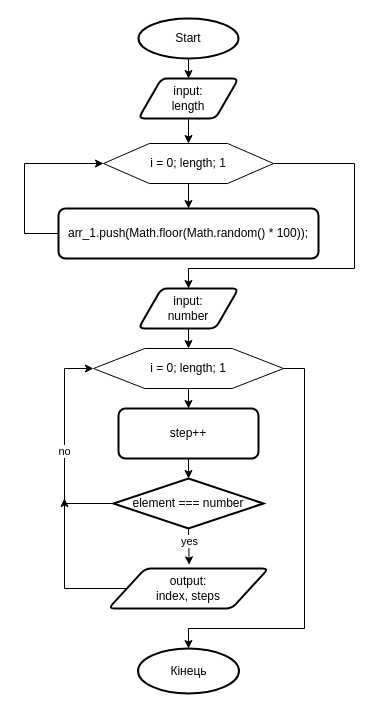
This is diagrams/algoritms/task7.drawio from Vlas1d/Algorithms, a draw.io file, before an edit. Source tidied: cells renumbered, new cells numbered last; positions are measured from the earlier drawing's top-left corner, leaving out a move shared by most shapes. Both pictures are drawn from the tidied source at 100%, with x=0, y=0 at pixel (24, 18).
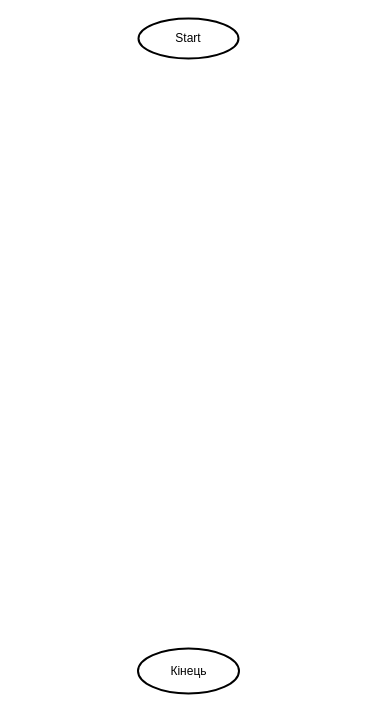
The same page after the edit.

Unchanged cells that the change refers to:
```xml
<mxCell id="2" value="Start" style="strokeWidth=2;html=1;shape=mxgraph.flowchart.start_1;whiteSpace=wrap;" parent="1" vertex="1">
  <mxGeometry x="114" width="100" height="40" as="geometry" />
</mxCell>
<mxCell id="20" value="Кінець" style="strokeWidth=2;html=1;shape=mxgraph.flowchart.start_2;whiteSpace=wrap;" parent="1" vertex="1">
  <mxGeometry x="113.5" y="630" width="101" height="45" as="geometry" />
</mxCell>
```

Diff of the diagram source:
```diff
@@
-    <mxCell id="3" value="input:&lt;br&gt;length" style="shape=parallelogram;html=1;strokeWidth=2;perimeter=parallelogramPerimeter;whiteSpace=wrap;rounded=1;arcSize=12;size=0.23;" parent="1" vertex="1">
-      <mxGeometry x="114" y="60" width="100" height="40" as="geometry" />
-    </mxCell>
-    <mxCell id="4" style="verticalLabelPosition=bottom;verticalAlign=top;html=1;shape=hexagon;perimeter=hexagonPerimeter2;arcSize=6;size=0.27;" parent="1" vertex="1">
-      <mxGeometry x="79" y="125" width="170" height="40" as="geometry" />
-    </mxCell>
-    <mxCell id="5" value="i = 0; length; 1" style="text;html=1;strokeColor=none;fillColor=none;align=center;verticalAlign=middle;whiteSpace=wrap;rounded=0;" parent="1" vertex="1">
-      <mxGeometry x="119" y="130" width="90" height="30" as="geometry" />
-    </mxCell>
-    <mxCell id="6" value="arr_1.push(Math.floor(Math.random() * 100));" style="rounded=1;whiteSpace=wrap;html=1;absoluteArcSize=1;arcSize=14;strokeWidth=2;" parent="1" vertex="1">
-      <mxGeometry x="34" y="190" width="260" height="50" as="geometry" />
-    </mxCell>
-    <mxCell id="7" style="endArrow=classic;html=1;rounded=0;" parent="1" edge="1" source="2" target="3">
-      <mxGeometry relative="1" as="geometry" />
-    </mxCell>
-    <mxCell id="8" style="endArrow=classic;html=1;rounded=0;entryX=0.5;entryY=0;entryDx=0;entryDy=0;" parent="1" edge="1" source="3" target="4">
-      <mxGeometry relative="1" as="geometry" />
-    </mxCell>
-    <mxCell id="9" style="endArrow=classic;html=1;rounded=0;exitX=0.5;exitY=1;exitDx=0;exitDy=0;entryX=0.5;entryY=0;entryDx=0;entryDy=0;" parent="1" edge="1" source="4" target="6">
-      <mxGeometry relative="1" as="geometry" />
-    </mxCell>
-    <mxCell id="10" style="endArrow=classic;html=1;rounded=0;exitX=0;exitY=0.5;exitDx=0;exitDy=0;entryX=0;entryY=0.5;entryDx=0;entryDy=0;" parent="1" edge="1" source="6" target="4">
-      <mxGeometry relative="1" as="geometry">
-        <Array as="points">
-          <mxPoint y="215" />
-          <mxPoint y="145" />
-        </Array>
-      </mxGeometry>
-    </mxCell>
-    <mxCell id="11" style="endArrow=classic;html=1;rounded=0;exitX=1;exitY=0.5;exitDx=0;exitDy=0;entryX=0.5;entryY=0;entryDx=0;entryDy=0;" parent="1" edge="1" source="4" target="12">
-      <mxGeometry relative="1" as="geometry">
-        <Array as="points">
-          <mxPoint x="330" y="145" />
-          <mxPoint x="330" y="250" />
-          <mxPoint x="164" y="250" />
-        </Array>
-      </mxGeometry>
-    </mxCell>
-    <mxCell id="12" value="input:&lt;br&gt;number" style="shape=parallelogram;html=1;strokeWidth=2;perimeter=parallelogramPerimeter;whiteSpace=wrap;rounded=1;arcSize=12;size=0.23;" parent="1" vertex="1">
-      <mxGeometry x="114" y="270" width="100" height="40" as="geometry" />
-    </mxCell>
-    <mxCell id="13" style="verticalLabelPosition=bottom;verticalAlign=top;html=1;shape=hexagon;perimeter=hexagonPerimeter2;arcSize=6;size=0.27;" parent="1" vertex="1">
-      <mxGeometry x="69" y="330" width="190" height="40" as="geometry" />
-    </mxCell>
-    <mxCell id="14" value="i = 0; length; 1" style="text;html=1;strokeColor=none;fillColor=none;align=center;verticalAlign=middle;whiteSpace=wrap;rounded=0;" parent="1" vertex="1">
-      <mxGeometry x="114" y="335" width="100" height="30" as="geometry" />
-    </mxCell>
-    <mxCell id="15" style="endArrow=classic;html=1;rounded=0;exitX=0.5;exitY=1;exitDx=0;exitDy=0;" parent="1" edge="1" source="12">
-      <mxGeometry relative="1" as="geometry">
-        <mxPoint x="164" y="330" as="targetPoint" />
-      </mxGeometry>
-    </mxCell>
-    <mxCell id="16" value="element === number" style="strokeWidth=2;html=1;shape=mxgraph.flowchart.decision;whiteSpace=wrap;" parent="1" vertex="1">
-      <mxGeometry x="89" y="460" width="150" height="50" as="geometry" />
-    </mxCell>
-    <mxCell id="17" style="endArrow=classic;html=1;rounded=0;exitX=0.5;exitY=1;exitDx=0;exitDy=0;exitPerimeter=0;entryX=0.504;entryY=-0.092;entryDx=0;entryDy=0;entryPerimeter=0;" parent="1" edge="1" source="16" target="19">
-      <mxGeometry relative="1" as="geometry" />
-    </mxCell>
-    <mxCell id="18" value="yes" style="edgeLabel;html=1;align=center;verticalAlign=middle;" parent="17" vertex="1">
-      <mxGeometry x="-0.28" relative="1" as="geometry" />
-    </mxCell>
-    <mxCell id="19" value="output:&lt;br&gt;index, steps" style="shape=parallelogram;html=1;strokeWidth=2;perimeter=parallelogramPerimeter;whiteSpace=wrap;rounded=1;arcSize=12;size=0.23;" parent="1" vertex="1">
-      <mxGeometry x="84" y="550" width="160" height="40" as="geometry" />
-    </mxCell>
@@
-    <mxCell id="21" value="step++" style="rounded=1;whiteSpace=wrap;html=1;absoluteArcSize=1;arcSize=14;strokeWidth=2;" parent="1" vertex="1">
-      <mxGeometry x="94" y="390" width="140" height="50" as="geometry" />
-    </mxCell>
-    <mxCell id="22" style="endArrow=classic;html=1;rounded=0;exitX=0.5;exitY=1;exitDx=0;exitDy=0;" parent="1" edge="1" source="13" target="21">
-      <mxGeometry relative="1" as="geometry" />
-    </mxCell>
-    <mxCell id="23" style="endArrow=classic;html=1;rounded=0;exitX=0.5;exitY=1;exitDx=0;exitDy=0;entryX=0.5;entryY=0;entryDx=0;entryDy=0;entryPerimeter=0;" parent="1" edge="1" source="21" target="16">
-      <mxGeometry relative="1" as="geometry" />
-    </mxCell>
-    <mxCell id="24" style="endArrow=classic;html=1;rounded=0;exitX=0;exitY=0.5;exitDx=0;exitDy=0;exitPerimeter=0;entryX=0;entryY=0.5;entryDx=0;entryDy=0;" parent="1" edge="1" source="16" target="13">
-      <mxGeometry relative="1" as="geometry">
-        <Array as="points">
-          <mxPoint x="40" y="485" />
-          <mxPoint x="40" y="350" />
-        </Array>
-      </mxGeometry>
-    </mxCell>
-    <mxCell id="25" value="no" style="edgeLabel;html=1;align=center;verticalAlign=middle;" parent="24" vertex="1">
-      <mxGeometry x="-0.04" y="1" relative="1" as="geometry" />
-    </mxCell>
-    <mxCell id="26" style="endArrow=classic;html=1;rounded=0;exitX=0;exitY=0.5;exitDx=0;exitDy=0;" parent="1" edge="1" source="19">
-      <mxGeometry relative="1" as="geometry">
-        <mxPoint x="40" y="480" as="targetPoint" />
-        <Array as="points">
-          <mxPoint x="40" y="570" />
-        </Array>
-      </mxGeometry>
-    </mxCell>
-    <mxCell id="27" style="endArrow=classic;html=1;rounded=0;exitX=1;exitY=0.5;exitDx=0;exitDy=0;entryX=0.5;entryY=0;entryDx=0;entryDy=0;entryPerimeter=0;" parent="1" edge="1" source="13" target="20">
-      <mxGeometry relative="1" as="geometry">
-        <Array as="points">
-          <mxPoint x="280" y="350" />
-          <mxPoint x="280" y="610" />
-          <mxPoint x="164" y="610" />
-        </Array>
-      </mxGeometry>
-    </mxCell>
```
